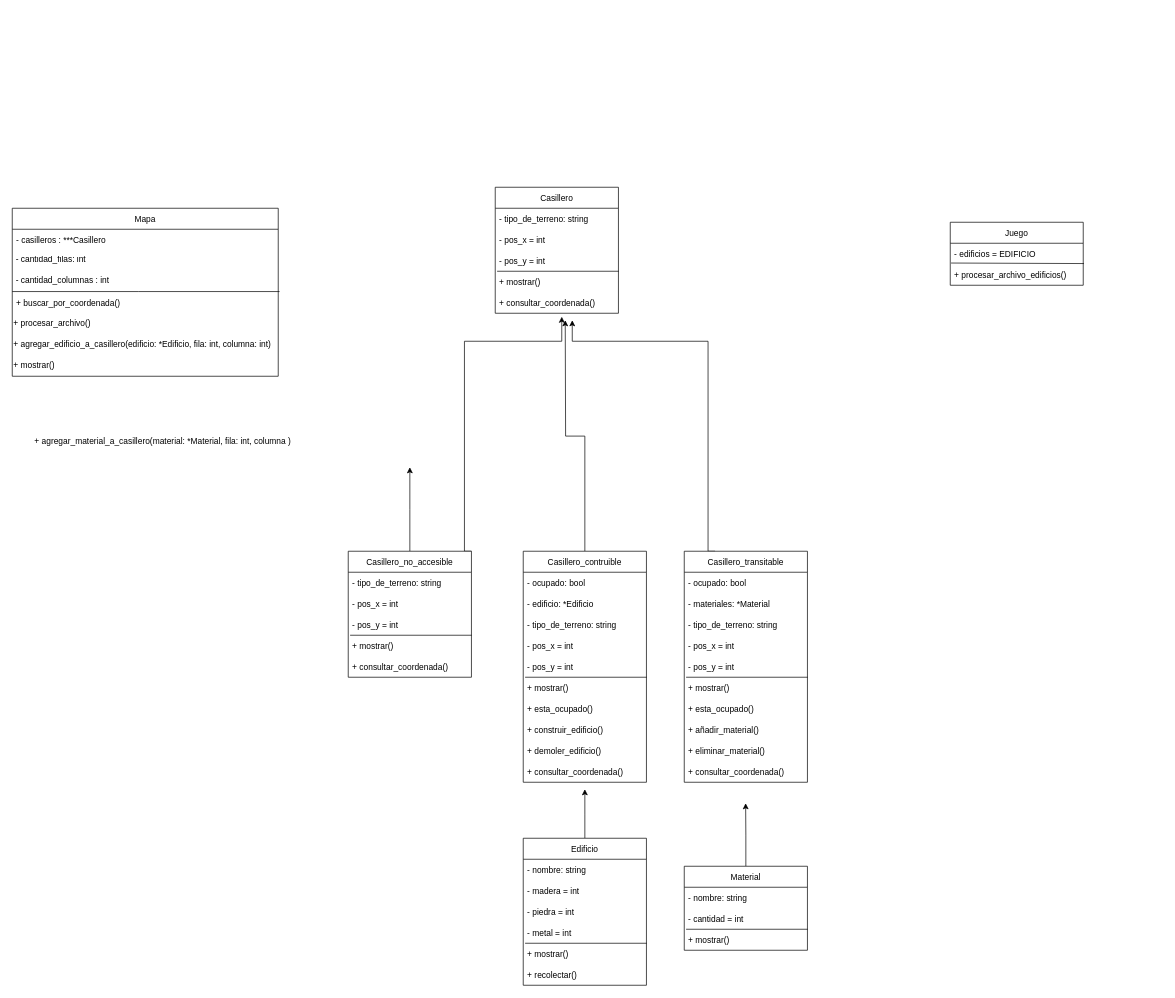
This is Untitled Diagram.drawio from Rbartoncello/tp_2_ayp2, a draw.io file, before an edit. Source tidied: cells renumbered, new cells numbered last; positions are measured from the earlier drawing's top-left corner, leaving out a move shared by most shapes. Both pictures are drawn from the tidied source at 70%, with x=0, y=0 at pixel (12, 187).
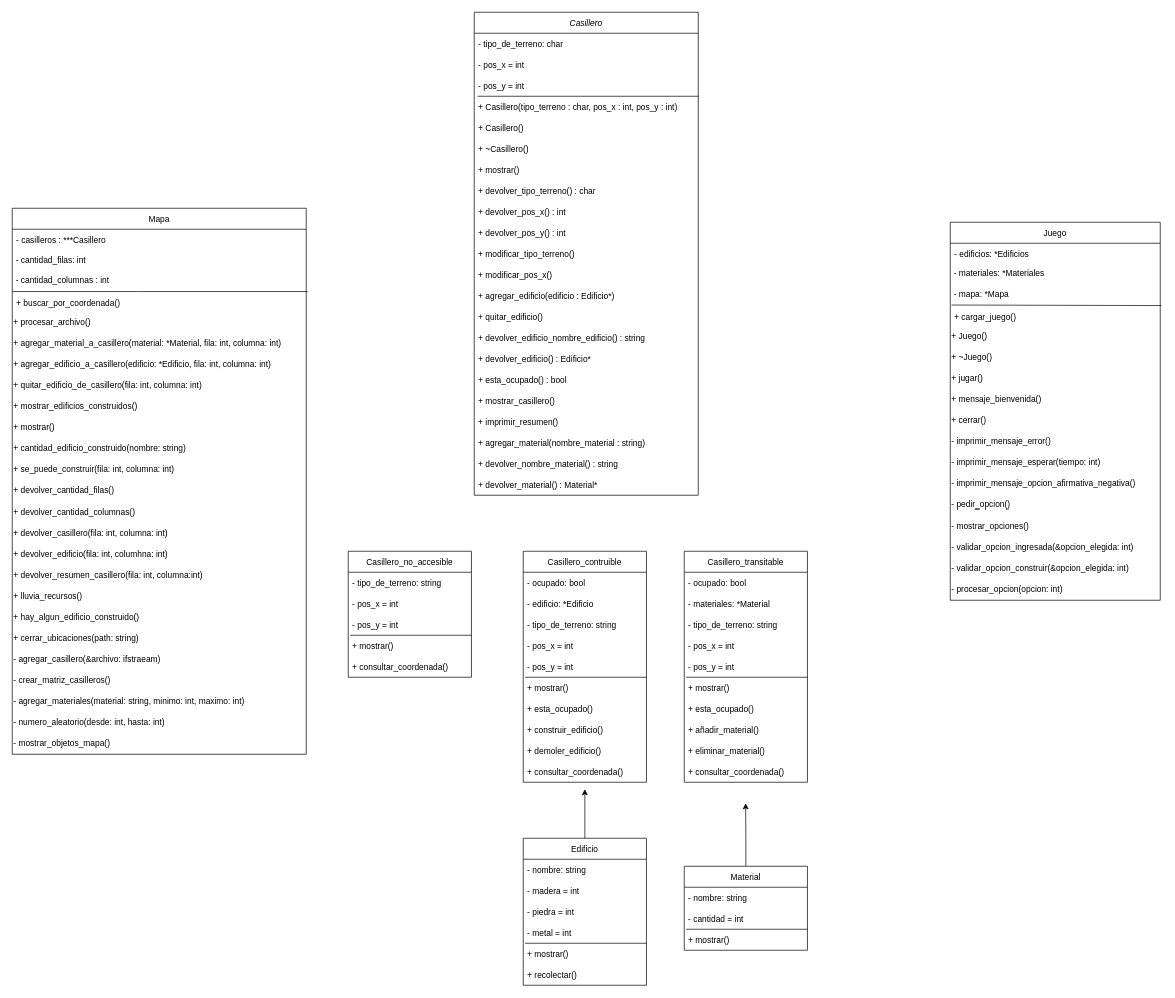
The same diagram, later.

Unchanged cells that the change refers to:
```xml
<mxCell id="3" value="Casillero_contruible" style="swimlane;fontStyle=0;horizontal=1;startSize=30;" parent="1" vertex="1">
  <mxGeometry x="730" y="520" width="176" height="330" as="geometry" />
</mxCell>
<mxCell id="25" value="Casillero_transitable" style="swimlane;fontStyle=0;horizontal=1;startSize=30;" parent="1" vertex="1">
  <mxGeometry x="960" y="520" width="176" height="330" as="geometry" />
</mxCell>
<mxCell id="39" value="Casillero_no_accesible" style="swimlane;fontStyle=0;horizontal=1;startSize=30;" parent="1" vertex="1">
  <mxGeometry x="480" y="520" width="176" height="180" as="geometry" />
</mxCell>
```

The edit, as a diff of the source:
```diff
@@
-    <mxCell id="2" style="edgeStyle=orthogonalEdgeStyle;rounded=0;jettySize=auto;html=1;exitX=0.5;exitY=0;exitDx=0;exitDy=0;" parent="1" edge="1" source="3">
-      <mxGeometry relative="1" as="geometry">
-        <mxPoint x="790" y="190" as="targetPoint" />
-      </mxGeometry>
-    </mxCell>
@@
     <mxCell id="15" value="Mapa" style="swimlane;fontStyle=0;horizontal=1;startSize=30;" parent="1" vertex="1">
-      <mxGeometry y="30" width="380" height="240" as="geometry" />
+      <mxGeometry y="30" width="420" height="780" as="geometry" />
     </mxCell>
     <mxCell id="16" value="- casilleros : ***Casillero " style="text;strokeColor=none;fillColor=none;align=left;verticalAlign=middle;spacingLeft=4;spacingRight=4;overflow=hidden;" parent="15" vertex="1">
-      <mxGeometry y="30" width="380" height="30" as="geometry" />
+      <mxGeometry y="30" width="420" height="30" as="geometry" />
     </mxCell>
     <mxCell id="17" value="&amp;nbsp;- cantidad_filas: int" style="text;whiteSpace=wrap;html=1;" parent="15" vertex="1">
-      <mxGeometry y="60" width="380" height="30" as="geometry" />
+      <mxGeometry y="60" width="420" height="30" as="geometry" />
     </mxCell>
     <mxCell id="18" value="&amp;nbsp;- cantidad_columnas : int" style="text;whiteSpace=wrap;html=1;" parent="15" vertex="1">
-      <mxGeometry y="90" width="380" height="30" as="geometry" />
+      <mxGeometry y="90" width="420" height="30" as="geometry" />
     </mxCell>
     <mxCell id="19" value="+ buscar_por_coordenada()" style="text;strokeColor=none;fillColor=none;align=left;verticalAlign=middle;spacingLeft=4;spacingRight=4;overflow=hidden;points=[[0,0.5],[1,0.5]];portConstraint=eastwest;" parent="15" vertex="1">
-      <mxGeometry y="120" width="380" height="30" as="geometry" />
+      <mxGeometry y="120" width="420" height="30" as="geometry" />
     </mxCell>
@@
     <mxCell id="21" value="+ procesar_archivo()&amp;nbsp;" style="text;whiteSpace=wrap;html=1;" parent="15" vertex="1">
-      <mxGeometry y="150" width="380" height="30" as="geometry" />
+      <mxGeometry y="150" width="420" height="30" as="geometry" />
     </mxCell>
+    <mxCell id="72" value="+ agregar_material_a_casillero(material: *Material, fila: int, columna: int)" style="text;whiteSpace=wrap;html=1;" parent="15" vertex="1">
+      <mxGeometry y="180" width="420" height="30" as="geometry" />
+    </mxCell>
     <mxCell id="22" value="+ agregar_edificio_a_casillero(edificio: *Edificio, fila: int, columna: int)" style="text;whiteSpace=wrap;html=1;" parent="15" vertex="1">
-      <mxGeometry y="180" width="380" height="30" as="geometry" />
+      <mxGeometry y="210" width="420" height="30" as="geometry" />
     </mxCell>
+    <mxCell id="73" value="+ quitar_edificio_de_casillero(fila: int, columna: int)" style="text;whiteSpace=wrap;html=1;" parent="15" vertex="1">
+      <mxGeometry y="240" width="420" height="30" as="geometry" />
+    </mxCell>
+    <mxCell id="74" value="+ mostrar_edificios_construidos()" style="text;whiteSpace=wrap;html=1;" parent="15" vertex="1">
+      <mxGeometry y="270" width="420" height="30" as="geometry" />
+    </mxCell>
     <mxCell id="23" value="+ mostrar()" style="text;whiteSpace=wrap;html=1;" parent="15" vertex="1">
-      <mxGeometry y="210" width="380" height="30" as="geometry" />
+      <mxGeometry y="300" width="420" height="30" as="geometry" />
     </mxCell>
-    <mxCell id="24" style="edgeStyle=orthogonalEdgeStyle;rounded=0;jettySize=auto;html=1;exitX=0.25;exitY=0;exitDx=0;exitDy=0;" parent="1" edge="1" source="25">
-      <mxGeometry relative="1" as="geometry">
-        <mxPoint x="800" y="190" as="targetPoint" />
-        <Array as="points">
-          <mxPoint x="994" y="220" />
-          <mxPoint x="800" y="220" />
-        </Array>
-      </mxGeometry>
-    </mxCell>
+    <mxCell id="75" value="+ cantidad_edificio_construido(nombre: string)" style="text;whiteSpace=wrap;html=1;" parent="15" vertex="1">
+      <mxGeometry y="330" width="420" height="30" as="geometry" />
+    </mxCell>
+    <mxCell id="76" value="+ se_puede_construir(fila: int, columna: int)" style="text;whiteSpace=wrap;html=1;" parent="15" vertex="1">
+      <mxGeometry y="360" width="420" height="30" as="geometry" />
+    </mxCell>
+    <mxCell id="77" value="+ devolver_cantidad_filas()" style="text;whiteSpace=wrap;html=1;" parent="15" vertex="1">
+      <mxGeometry y="390" width="420" height="30" as="geometry" />
+    </mxCell>
+    <mxCell id="78" value="+ devolver_cantidad_columnas()" style="text;whiteSpace=wrap;html=1;" parent="15" vertex="1">
+      <mxGeometry y="420" width="420" height="30" as="geometry" />
+    </mxCell>
+    <mxCell id="79" value="+ devolver_casillero(fila: int, columna: int)" style="text;whiteSpace=wrap;html=1;" parent="15" vertex="1">
+      <mxGeometry y="450" width="420" height="30" as="geometry" />
+    </mxCell>
+    <mxCell id="80" value="+ devolver_edificio(fila: int, columhna: int)" style="text;whiteSpace=wrap;html=1;" parent="15" vertex="1">
+      <mxGeometry y="480" width="420" height="30" as="geometry" />
+    </mxCell>
+    <mxCell id="81" value="+ devolver_resumen_casillero(fila: int, columna:int)" style="text;whiteSpace=wrap;html=1;" parent="15" vertex="1">
+      <mxGeometry y="510" width="420" height="30" as="geometry" />
+    </mxCell>
+    <mxCell id="82" value="+ lluvia_recursos()" style="text;whiteSpace=wrap;html=1;" parent="15" vertex="1">
+      <mxGeometry y="540" width="420" height="30" as="geometry" />
+    </mxCell>
+    <mxCell id="83" value="+ hay_algun_edificio_construido()" style="text;whiteSpace=wrap;html=1;" parent="15" vertex="1">
+      <mxGeometry y="570" width="420" height="30" as="geometry" />
+    </mxCell>
+    <mxCell id="84" value="+ cerrar_ubicaciones(path: string)" style="text;whiteSpace=wrap;html=1;" parent="15" vertex="1">
+      <mxGeometry y="600" width="420" height="30" as="geometry" />
+    </mxCell>
+    <mxCell id="85" value="- agregar_casillero(&amp;amp;archivo: ifstraeam)" style="text;whiteSpace=wrap;html=1;" parent="15" vertex="1">
+      <mxGeometry y="630" width="420" height="30" as="geometry" />
+    </mxCell>
+    <mxCell id="86" value="- crear_matriz_casilleros()" style="text;whiteSpace=wrap;html=1;" parent="15" vertex="1">
+      <mxGeometry y="660" width="420" height="30" as="geometry" />
+    </mxCell>
+    <mxCell id="87" value="- agregar_materiales(material: string, minimo: int, maximo: int)" style="text;whiteSpace=wrap;html=1;" parent="15" vertex="1">
+      <mxGeometry y="690" width="420" height="30" as="geometry" />
+    </mxCell>
+    <mxCell id="88" value="- numero_aleatorio(desde: int, hasta: int)" style="text;whiteSpace=wrap;html=1;" parent="15" vertex="1">
+      <mxGeometry y="720" width="420" height="30" as="geometry" />
+    </mxCell>
+    <mxCell id="89" value="- mostrar_objetos_mapa()" style="text;whiteSpace=wrap;html=1;" parent="15" vertex="1">
+      <mxGeometry y="750" width="420" height="30" as="geometry" />
+    </mxCell>
@@
-    <mxCell id="37" style="edgeStyle=orthogonalEdgeStyle;rounded=0;jettySize=auto;html=1;exitX=1;exitY=0;exitDx=0;exitDy=0;entryX=0.54;entryY=1.167;entryDx=0;entryDy=0;entryPerimeter=0;" parent="1" edge="1" source="39" target="52">
-      <mxGeometry relative="1" as="geometry">
-        <Array as="points">
-          <mxPoint x="646" y="220" />
-          <mxPoint x="785" y="220" />
-        </Array>
-      </mxGeometry>
-    </mxCell>
-    <mxCell id="38" style="edgeStyle=orthogonalEdgeStyle;rounded=0;jettySize=auto;html=1;" parent="1" edge="1" source="39">
-      <mxGeometry relative="1" as="geometry">
-        <mxPoint x="568" y="400" as="targetPoint" />
-      </mxGeometry>
-    </mxCell>
@@
-    <mxCell id="46" value="Casillero" style="swimlane;fontStyle=0;horizontal=1;startSize=30;" parent="1" vertex="1">
-      <mxGeometry x="690" width="176" height="180" as="geometry" />
+    <mxCell id="46" value="Casillero" style="swimlane;fontStyle=2;horizontal=1;startSize=30;" parent="1" vertex="1">
+      <mxGeometry x="660" y="-250" width="320" height="690" as="geometry" />
     </mxCell>
-    <mxCell id="47" value="- tipo_de_terreno: string" style="text;strokeColor=none;fillColor=none;align=left;verticalAlign=middle;spacingLeft=4;spacingRight=4;overflow=hidden;" parent="46" vertex="1">
-      <mxGeometry y="30" width="176" height="30" as="geometry" />
+    <mxCell id="47" value="- tipo_de_terreno: char" style="text;strokeColor=none;fillColor=none;align=left;verticalAlign=middle;spacingLeft=4;spacingRight=4;overflow=hidden;" parent="46" vertex="1">
+      <mxGeometry y="30" width="320" height="30" as="geometry" />
     </mxCell>
     <mxCell id="48" value="- pos_x = int" style="text;strokeColor=none;fillColor=none;align=left;verticalAlign=middle;spacingLeft=4;spacingRight=4;overflow=hidden;" parent="46" vertex="1">
-      <mxGeometry y="60" width="176" height="30" as="geometry" />
+      <mxGeometry y="60" width="320" height="30" as="geometry" />
     </mxCell>
     <mxCell id="49" value="- pos_y = int" style="text;strokeColor=none;fillColor=none;align=left;verticalAlign=middle;spacingLeft=4;spacingRight=4;overflow=hidden;" parent="46" vertex="1">
-      <mxGeometry y="90" width="176" height="30" as="geometry" />
+      <mxGeometry y="90" width="320" height="30" as="geometry" />
     </mxCell>
@@
-    <mxCell id="51" value="+ mostrar()" style="text;strokeColor=none;fillColor=none;align=left;verticalAlign=middle;spacingLeft=4;spacingRight=4;overflow=hidden;points=[[0,0.5],[1,0.5]];portConstraint=eastwest;" parent="46" vertex="1">
-      <mxGeometry y="120" width="176" height="30" as="geometry" />
+    <mxCell id="51" value="+ Casillero(tipo_terreno : char, pos_x : int, pos_y : int)" style="text;strokeColor=none;fillColor=none;align=left;verticalAlign=middle;spacingLeft=4;spacingRight=4;overflow=hidden;points=[[0,0.5],[1,0.5]];portConstraint=eastwest;" parent="46" vertex="1">
+      <mxGeometry y="120" width="320" height="30" as="geometry" />
     </mxCell>
-    <mxCell id="52" value="+ consultar_coordenada()" style="text;strokeColor=none;fillColor=none;align=left;verticalAlign=middle;spacingLeft=4;spacingRight=4;overflow=hidden;points=[[0,0.5],[1,0.5]];portConstraint=eastwest;" parent="46" vertex="1">
-      <mxGeometry y="150" width="176" height="30" as="geometry" />
-    </mxCell>
+    <mxCell id="90" value="+ Casillero()" style="text;strokeColor=none;fillColor=none;align=left;verticalAlign=middle;spacingLeft=4;spacingRight=4;overflow=hidden;" parent="46" vertex="1">
+      <mxGeometry y="150" width="320" height="30" as="geometry" />
+    </mxCell>
+    <mxCell id="91" value="+ ~Casillero()" style="text;strokeColor=none;fillColor=none;align=left;verticalAlign=middle;spacingLeft=4;spacingRight=4;overflow=hidden;" parent="46" vertex="1">
+      <mxGeometry y="180" width="320" height="30" as="geometry" />
+    </mxCell>
+    <mxCell id="92" value="+ mostrar()" style="text;strokeColor=none;fillColor=none;align=left;verticalAlign=middle;spacingLeft=4;spacingRight=4;overflow=hidden;" parent="46" vertex="1">
+      <mxGeometry y="210" width="320" height="30" as="geometry" />
+    </mxCell>
+    <mxCell id="93" value="+ devolver_tipo_terreno() : char" style="text;strokeColor=none;fillColor=none;align=left;verticalAlign=middle;spacingLeft=4;spacingRight=4;overflow=hidden;" parent="46" vertex="1">
+      <mxGeometry y="240" width="320" height="30" as="geometry" />
+    </mxCell>
+    <mxCell id="94" value="+ devolver_pos_x() : int" style="text;strokeColor=none;fillColor=none;align=left;verticalAlign=middle;spacingLeft=4;spacingRight=4;overflow=hidden;" parent="46" vertex="1">
+      <mxGeometry y="270" width="320" height="30" as="geometry" />
+    </mxCell>
+    <mxCell id="95" value="+ devolver_pos_y() : int" style="text;strokeColor=none;fillColor=none;align=left;verticalAlign=middle;spacingLeft=4;spacingRight=4;overflow=hidden;" parent="46" vertex="1">
+      <mxGeometry y="300" width="320" height="30" as="geometry" />
+    </mxCell>
+    <mxCell id="96" value="+ modificar_tipo_terreno() " style="text;strokeColor=none;fillColor=none;align=left;verticalAlign=middle;spacingLeft=4;spacingRight=4;overflow=hidden;" parent="46" vertex="1">
+      <mxGeometry y="330" width="320" height="30" as="geometry" />
+    </mxCell>
+    <mxCell id="97" value="+ modificar_pos_x() " style="text;strokeColor=none;fillColor=none;align=left;verticalAlign=middle;spacingLeft=4;spacingRight=4;overflow=hidden;" parent="46" vertex="1">
+      <mxGeometry y="360" width="320" height="30" as="geometry" />
+    </mxCell>
+    <mxCell id="98" value="+ agregar_edificio(edificio : Edificio*)" style="text;strokeColor=none;fillColor=none;align=left;verticalAlign=middle;spacingLeft=4;spacingRight=4;overflow=hidden;" parent="46" vertex="1">
+      <mxGeometry y="390" width="320" height="30" as="geometry" />
+    </mxCell>
+    <mxCell id="99" value="+ quitar_edificio()" style="text;strokeColor=none;fillColor=none;align=left;verticalAlign=middle;spacingLeft=4;spacingRight=4;overflow=hidden;" parent="46" vertex="1">
+      <mxGeometry y="420" width="320" height="30" as="geometry" />
+    </mxCell>
+    <mxCell id="100" value="+ devolver_edificio_nombre_edificio() : string" style="text;strokeColor=none;fillColor=none;align=left;verticalAlign=middle;spacingLeft=4;spacingRight=4;overflow=hidden;" parent="46" vertex="1">
+      <mxGeometry y="450" width="320" height="30" as="geometry" />
+    </mxCell>
+    <mxCell id="101" value="+ devolver_edificio() : Edificio*" style="text;strokeColor=none;fillColor=none;align=left;verticalAlign=middle;spacingLeft=4;spacingRight=4;overflow=hidden;" parent="46" vertex="1">
+      <mxGeometry y="480" width="320" height="30" as="geometry" />
+    </mxCell>
+    <mxCell id="102" value="+ esta_ocupado() : bool" style="text;strokeColor=none;fillColor=none;align=left;verticalAlign=middle;spacingLeft=4;spacingRight=4;overflow=hidden;" parent="46" vertex="1">
+      <mxGeometry y="510" width="320" height="30" as="geometry" />
+    </mxCell>
+    <mxCell id="103" value="+ mostrar_casillero()" style="text;strokeColor=none;fillColor=none;align=left;verticalAlign=middle;spacingLeft=4;spacingRight=4;overflow=hidden;" parent="46" vertex="1">
+      <mxGeometry y="540" width="320" height="30" as="geometry" />
+    </mxCell>
+    <mxCell id="104" value="+ imprimir_resumen()" style="text;strokeColor=none;fillColor=none;align=left;verticalAlign=middle;spacingLeft=4;spacingRight=4;overflow=hidden;" parent="46" vertex="1">
+      <mxGeometry y="570" width="320" height="30" as="geometry" />
+    </mxCell>
+    <mxCell id="105" value="+ agregar_material(nombre_material : string)" style="text;strokeColor=none;fillColor=none;align=left;verticalAlign=middle;spacingLeft=4;spacingRight=4;overflow=hidden;" parent="46" vertex="1">
+      <mxGeometry y="600" width="320" height="30" as="geometry" />
+    </mxCell>
+    <mxCell id="106" value="+ devolver_nombre_material() : string" style="text;strokeColor=none;fillColor=none;align=left;verticalAlign=middle;spacingLeft=4;spacingRight=4;overflow=hidden;fontStyle=0;" parent="46" vertex="1">
+      <mxGeometry y="630" width="320" height="30" as="geometry" />
+    </mxCell>
+    <mxCell id="107" value="+ devolver_material() : Material*" style="text;strokeColor=none;fillColor=none;align=left;verticalAlign=middle;spacingLeft=4;spacingRight=4;overflow=hidden;" parent="46" vertex="1">
+      <mxGeometry y="660" width="320" height="30" as="geometry" />
+    </mxCell>
@@
     <mxCell id="68" value="Juego" style="swimlane;fontStyle=0;horizontal=1;startSize=30;" parent="1" vertex="1">
-      <mxGeometry x="1340" y="50" width="190" height="90" as="geometry" />
+      <mxGeometry x="1340" y="50" width="300" height="540" as="geometry" />
     </mxCell>
-    <mxCell id="69" value="- edificios = EDIFICIO" style="text;strokeColor=none;fillColor=none;align=left;verticalAlign=middle;spacingLeft=4;spacingRight=4;overflow=hidden;" parent="68" vertex="1">
-      <mxGeometry y="30" width="190" height="30" as="geometry" />
+    <mxCell id="69" value="- edificios: *Edificios " style="text;strokeColor=none;fillColor=none;align=left;verticalAlign=middle;spacingLeft=4;spacingRight=4;overflow=hidden;" parent="68" vertex="1">
+      <mxGeometry y="30" width="300" height="30" as="geometry" />
     </mxCell>
+    <mxCell id="108" value="&amp;nbsp;- materiales: *Materiales" style="text;whiteSpace=wrap;html=1;" parent="68" vertex="1">
+      <mxGeometry y="60" width="300" height="30" as="geometry" />
+    </mxCell>
+    <mxCell id="109" value="&amp;nbsp;- mapa: *Mapa" style="text;whiteSpace=wrap;html=1;" parent="68" vertex="1">
+      <mxGeometry y="90" width="300" height="30" as="geometry" />
+    </mxCell>
-    <mxCell id="70" value="+ procesar_archivo_edificios()" style="text;strokeColor=none;fillColor=none;align=left;verticalAlign=middle;spacingLeft=4;spacingRight=4;overflow=hidden;points=[[0,0.5],[1,0.5]];portConstraint=eastwest;" parent="68" vertex="1">
-      <mxGeometry y="60" width="190" height="30" as="geometry" />
+    <mxCell id="70" value="+ cargar_juego()" style="text;strokeColor=none;fillColor=none;align=left;verticalAlign=middle;spacingLeft=4;spacingRight=4;overflow=hidden;points=[[0,0.5],[1,0.5]];portConstraint=eastwest;" parent="68" vertex="1">
+      <mxGeometry y="120" width="300" height="30" as="geometry" />
     </mxCell>
@@
-    <mxCell id="72" value="+ agregar_material_a_casillero(material: *Material, fila: int, columna )" style="text;whiteSpace=wrap;html=1;" parent="1" vertex="1">
-      <mxGeometry x="30" y="350" width="500" height="30" as="geometry" />
-    </mxCell>
+    <mxCell id="110" value="+ Juego()" style="text;whiteSpace=wrap;html=1;" parent="68" vertex="1">
+      <mxGeometry y="150" width="300" height="30" as="geometry" />
+    </mxCell>
+    <mxCell id="111" value="+ ~Juego()" style="text;whiteSpace=wrap;html=1;" parent="68" vertex="1">
+      <mxGeometry y="180" width="300" height="30" as="geometry" />
+    </mxCell>
+    <mxCell id="112" value="+ jugar()" style="text;whiteSpace=wrap;html=1;" parent="68" vertex="1">
+      <mxGeometry y="210" width="300" height="30" as="geometry" />
+    </mxCell>
+    <mxCell id="113" value="+ mensaje_bienvenida()" style="text;whiteSpace=wrap;html=1;" parent="68" vertex="1">
+      <mxGeometry y="240" width="300" height="30" as="geometry" />
+    </mxCell>
+    <mxCell id="114" value="+ cerrar()" style="text;whiteSpace=wrap;html=1;" parent="68" vertex="1">
+      <mxGeometry y="270" width="300" height="30" as="geometry" />
+    </mxCell>
+    <mxCell id="115" value="- imprimir_mensaje_error()" style="text;whiteSpace=wrap;html=1;" parent="68" vertex="1">
+      <mxGeometry y="300" width="300" height="30" as="geometry" />
+    </mxCell>
+    <mxCell id="116" value="- imprimir_mensaje_esperar(tiempo: int)" style="text;whiteSpace=wrap;html=1;" parent="68" vertex="1">
+      <mxGeometry y="330" width="300" height="30" as="geometry" />
+    </mxCell>
+    <mxCell id="117" value="- imprimir_mensaje_opcion_afirmativa_negativa()" style="text;whiteSpace=wrap;html=1;" parent="68" vertex="1">
+      <mxGeometry y="360" width="300" height="30" as="geometry" />
+    </mxCell>
+    <mxCell id="118" value="- pedir_opcion()" style="text;whiteSpace=wrap;html=1;" parent="68" vertex="1">
+      <mxGeometry y="390" width="300" height="30" as="geometry" />
+    </mxCell>
+    <mxCell id="119" value="- mostrar_opciones()" style="text;whiteSpace=wrap;html=1;" parent="68" vertex="1">
+      <mxGeometry y="420" width="300" height="30" as="geometry" />
+    </mxCell>
+    <mxCell id="120" value="- validar_opcion_ingresada(&amp;amp;opcion_elegida: int)" style="text;whiteSpace=wrap;html=1;" parent="68" vertex="1">
+      <mxGeometry y="450" width="300" height="30" as="geometry" />
+    </mxCell>
+    <mxCell id="121" value="- validar_opcion_construir(&amp;amp;opcion_elegida: int)" style="text;whiteSpace=wrap;html=1;" parent="68" vertex="1">
+      <mxGeometry y="480" width="300" height="30" as="geometry" />
+    </mxCell>
+    <mxCell id="122" value="- procesar_opcion(opcion: int)" style="text;whiteSpace=wrap;html=1;" parent="68" vertex="1">
+      <mxGeometry y="510" width="300" height="30" as="geometry" />
+    </mxCell>
```
